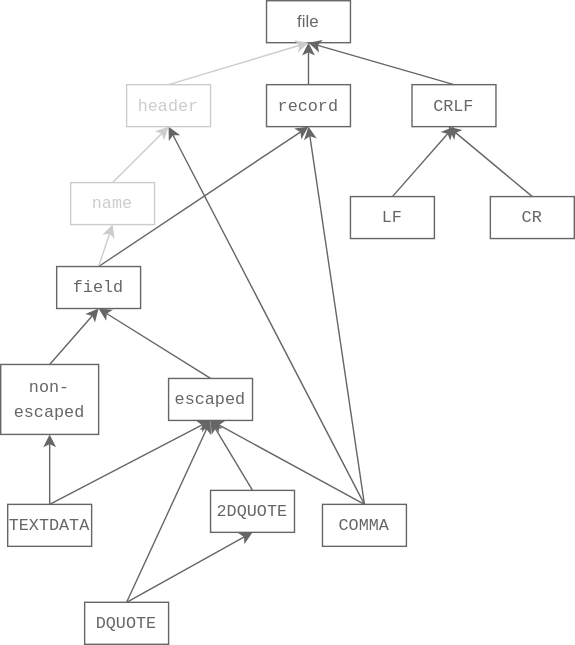
Above: CSVParser/parsers-overview.drawio.svg in leanprover-community/lean4-samples (draw.io), before the change. Source tidied: cells renumbered, new cells last; positions are measured from the earlier drawing's top-left corner, leaving out a move shared by most shapes.
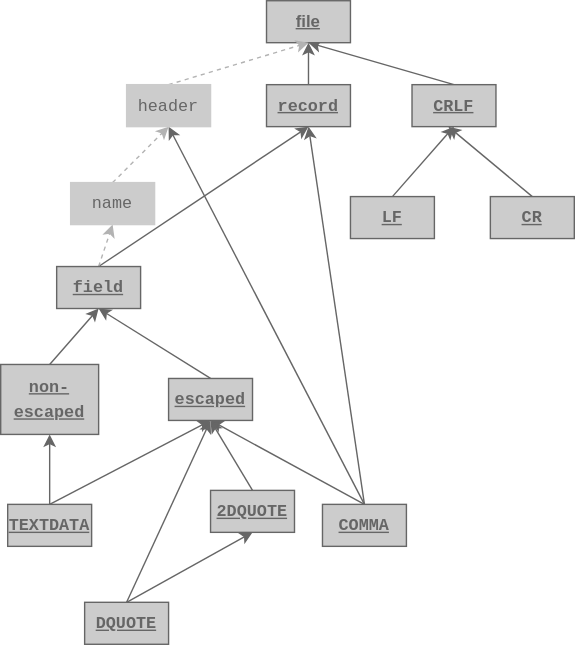
Later version of the same file.

Commit message:
fix: use color to emphasize

Change to the diagram source:
```diff
@@ -7,7 +7,7 @@
         <mxPoint x="220" y="30" as="targetPoint" />
       </mxGeometry>
     </mxCell>
-    <mxCell id="3" value="&lt;div style=&quot;font-family: menlo, monaco, &amp;quot;courier new&amp;quot;, monospace; line-height: 18px;&quot;&gt;&lt;div style=&quot;font-family: &amp;quot;menlo&amp;quot; , &amp;quot;monaco&amp;quot; , &amp;quot;courier new&amp;quot; , monospace ; line-height: 18px&quot;&gt;CRLF&lt;/div&gt;&lt;/div&gt;" style="rounded=0;whiteSpace=wrap;html=1;fontColor=#666666;strokeColor=#666666;fillColor=none;labelBackgroundColor=none;" parent="1" vertex="1">
+    <mxCell id="3" value="&lt;div style=&quot;font-family: menlo, monaco, &amp;quot;courier new&amp;quot;, monospace; line-height: 18px;&quot;&gt;&lt;div style=&quot;font-family: &amp;quot;menlo&amp;quot; , &amp;quot;monaco&amp;quot; , &amp;quot;courier new&amp;quot; , monospace ; line-height: 18px&quot;&gt;CRLF&lt;/div&gt;&lt;/div&gt;" style="rounded=0;whiteSpace=wrap;html=1;fontColor=#666666;strokeColor=#666666;fillColor=#CCCCCC;labelBackgroundColor=none;fontStyle=5;" parent="1" vertex="1">
       <mxGeometry x="294" y="60" width="60" height="30" as="geometry" />
     </mxCell>
     <mxCell id="4" style="edgeStyle=none;html=1;exitX=0.5;exitY=0;exitDx=0;exitDy=0;entryX=0.5;entryY=1;entryDx=0;entryDy=0;strokeColor=#666666;labelBackgroundColor=none;" parent="1" edge="1" source="7" target="18">
@@ -19,55 +19,55 @@
     <mxCell id="6" style="edgeStyle=none;html=1;exitX=0.5;exitY=0;exitDx=0;exitDy=0;entryX=0.5;entryY=1;entryDx=0;entryDy=0;fontColor=#666666;strokeColor=#666666;labelBackgroundColor=none;" parent="1" edge="1" source="7" target="11">
       <mxGeometry relative="1" as="geometry" />
     </mxCell>
-    <mxCell id="7" value="&lt;div style=&quot;font-family: menlo, monaco, &amp;quot;courier new&amp;quot;, monospace; line-height: 18px;&quot;&gt;COMMA&lt;/div&gt;" style="rounded=0;whiteSpace=wrap;html=1;fontColor=#666666;strokeColor=#666666;fillColor=none;labelBackgroundColor=none;" parent="1" vertex="1">
+    <mxCell id="7" value="&lt;div style=&quot;font-family: menlo, monaco, &amp;quot;courier new&amp;quot;, monospace; line-height: 18px;&quot;&gt;COMMA&lt;/div&gt;" style="rounded=0;whiteSpace=wrap;html=1;fontColor=#666666;strokeColor=#666666;fillColor=#CCCCCC;labelBackgroundColor=none;fontStyle=5;" parent="1" vertex="1">
       <mxGeometry x="230" y="360" width="60" height="30" as="geometry" />
     </mxCell>
     <mxCell id="8" style="edgeStyle=none;html=1;exitX=0.5;exitY=0;exitDx=0;exitDy=0;entryX=0.5;entryY=1;entryDx=0;entryDy=0;fontColor=#666666;strokeColor=#666666;labelBackgroundColor=none;" parent="1" edge="1" source="9" target="14">
       <mxGeometry relative="1" as="geometry" />
     </mxCell>
-    <mxCell id="9" value="&lt;div style=&quot;font-family: menlo, monaco, &amp;quot;courier new&amp;quot;, monospace; line-height: 18px;&quot;&gt;non-escaped&lt;/div&gt;" style="rounded=0;whiteSpace=wrap;html=1;fontColor=#666666;strokeColor=#666666;fillColor=none;labelBackgroundColor=none;" parent="1" vertex="1">
+    <mxCell id="9" value="&lt;div style=&quot;font-family: menlo, monaco, &amp;quot;courier new&amp;quot;, monospace; line-height: 18px;&quot;&gt;non-escaped&lt;/div&gt;" style="rounded=0;whiteSpace=wrap;html=1;fontColor=#666666;strokeColor=#666666;fillColor=#CCCCCC;labelBackgroundColor=none;fontStyle=5;" parent="1" vertex="1">
       <mxGeometry y="260" width="70" height="50" as="geometry" />
     </mxCell>
     <mxCell id="10" style="edgeStyle=none;html=1;exitX=0.5;exitY=0;exitDx=0;exitDy=0;entryX=0.5;entryY=1;entryDx=0;entryDy=0;fontColor=#666666;strokeColor=#666666;labelBackgroundColor=none;" parent="1" edge="1" source="11" target="14">
       <mxGeometry relative="1" as="geometry" />
     </mxCell>
-    <mxCell id="11" value="&lt;div style=&quot;font-family: menlo, monaco, &amp;quot;courier new&amp;quot;, monospace; line-height: 18px;&quot;&gt;escaped&lt;/div&gt;" style="rounded=0;whiteSpace=wrap;html=1;fontColor=#666666;strokeColor=#666666;fillColor=none;labelBackgroundColor=none;" parent="1" vertex="1">
+    <mxCell id="11" value="&lt;div style=&quot;font-family: menlo, monaco, &amp;quot;courier new&amp;quot;, monospace; line-height: 18px;&quot;&gt;escaped&lt;/div&gt;" style="rounded=0;whiteSpace=wrap;html=1;fontColor=#666666;strokeColor=#666666;fillColor=#CCCCCC;labelBackgroundColor=none;fontStyle=5;" parent="1" vertex="1">
       <mxGeometry x="120" y="270" width="60" height="30" as="geometry" />
     </mxCell>
     <mxCell id="12" style="edgeStyle=none;html=1;exitX=0.5;exitY=0;exitDx=0;exitDy=0;entryX=0.5;entryY=1;entryDx=0;entryDy=0;fontColor=#666666;strokeColor=#666666;labelBackgroundColor=none;" parent="1" edge="1" source="14" target="18">
       <mxGeometry relative="1" as="geometry" />
     </mxCell>
-    <mxCell id="13" style="edgeStyle=none;html=1;exitX=0.5;exitY=0;exitDx=0;exitDy=0;entryX=0.5;entryY=1;entryDx=0;entryDy=0;strokeColor=#CCCCCC;labelBackgroundColor=none;" parent="1" edge="1" source="14" target="16">
+    <mxCell id="13" style="edgeStyle=none;html=1;exitX=0.5;exitY=0;exitDx=0;exitDy=0;entryX=0.5;entryY=1;entryDx=0;entryDy=0;strokeColor=#B3B3B3;labelBackgroundColor=none;dashed=1;" parent="1" edge="1" source="14" target="16">
       <mxGeometry relative="1" as="geometry" />
     </mxCell>
-    <mxCell id="14" value="&lt;div style=&quot;font-family: menlo, monaco, &amp;quot;courier new&amp;quot;, monospace; line-height: 18px;&quot;&gt;field&lt;/div&gt;" style="rounded=0;whiteSpace=wrap;html=1;fontColor=#666666;strokeColor=#666666;fillColor=none;labelBackgroundColor=none;" parent="1" vertex="1">
+    <mxCell id="14" value="&lt;div style=&quot;font-family: menlo, monaco, &amp;quot;courier new&amp;quot;, monospace; line-height: 18px;&quot;&gt;field&lt;/div&gt;" style="rounded=0;whiteSpace=wrap;html=1;fontColor=#666666;strokeColor=#666666;fillColor=#CCCCCC;labelBackgroundColor=none;fontStyle=5;" parent="1" vertex="1">
       <mxGeometry x="40" y="190" width="60" height="30" as="geometry" />
     </mxCell>
-    <mxCell id="15" style="edgeStyle=none;html=1;exitX=0.5;exitY=0;exitDx=0;exitDy=0;entryX=0.5;entryY=1;entryDx=0;entryDy=0;strokeColor=#CCCCCC;labelBackgroundColor=none;" parent="1" edge="1" source="16" target="21">
+    <mxCell id="15" style="edgeStyle=none;html=1;exitX=0.5;exitY=0;exitDx=0;exitDy=0;entryX=0.5;entryY=1;entryDx=0;entryDy=0;strokeColor=#B3B3B3;labelBackgroundColor=none;dashed=1;" parent="1" edge="1" source="16" target="21">
       <mxGeometry relative="1" as="geometry" />
     </mxCell>
-    <mxCell id="16" value="&lt;div style=&quot;font-family: menlo, monaco, &amp;quot;courier new&amp;quot;, monospace; line-height: 18px;&quot;&gt;name&lt;/div&gt;" style="rounded=0;whiteSpace=wrap;html=1;fontColor=#CCCCCC;strokeColor=#CCCCCC;fillColor=none;labelBackgroundColor=none;" parent="1" vertex="1">
+    <mxCell id="16" value="&lt;div style=&quot;font-family: menlo, monaco, &amp;quot;courier new&amp;quot;, monospace; line-height: 18px;&quot;&gt;name&lt;/div&gt;" style="rounded=0;whiteSpace=wrap;html=1;fontColor=#666666;strokeColor=#CCCCCC;fillColor=#CCCCCC;labelBackgroundColor=none;fontStyle=0;" parent="1" vertex="1">
       <mxGeometry x="50" y="130" width="60" height="30" as="geometry" />
     </mxCell>
     <mxCell id="17" style="edgeStyle=none;html=1;exitX=0.5;exitY=0;exitDx=0;exitDy=0;entryX=0.5;entryY=1;entryDx=0;entryDy=0;strokeColor=#666666;labelBackgroundColor=none;" parent="1" edge="1" source="18" target="19">
       <mxGeometry relative="1" as="geometry" />
     </mxCell>
-    <mxCell id="18" value="&lt;div style=&quot;font-family: menlo, monaco, &amp;quot;courier new&amp;quot;, monospace; line-height: 18px;&quot;&gt;record&lt;/div&gt;" style="rounded=0;whiteSpace=wrap;html=1;fontColor=#666666;strokeColor=#666666;fillColor=none;labelBackgroundColor=none;" parent="1" vertex="1">
+    <mxCell id="18" value="&lt;div style=&quot;font-family: menlo, monaco, &amp;quot;courier new&amp;quot;, monospace; line-height: 18px;&quot;&gt;record&lt;/div&gt;" style="rounded=0;whiteSpace=wrap;html=1;fontColor=#666666;strokeColor=#666666;fillColor=#CCCCCC;labelBackgroundColor=none;fontStyle=5;" parent="1" vertex="1">
       <mxGeometry x="190" y="60" width="60" height="30" as="geometry" />
     </mxCell>
-    <mxCell id="19" value="file" style="rounded=0;whiteSpace=wrap;html=1;fontColor=#666666;strokeColor=#666666;fillColor=none;labelBackgroundColor=none;" parent="1" vertex="1">
+    <mxCell id="19" value="file" style="rounded=0;whiteSpace=wrap;html=1;fontColor=#666666;strokeColor=#666666;fillColor=#CCCCCC;labelBackgroundColor=none;fontStyle=5;" parent="1" vertex="1">
       <mxGeometry x="190" width="60" height="30" as="geometry" />
     </mxCell>
-    <mxCell id="20" style="edgeStyle=none;html=1;exitX=0.5;exitY=0;exitDx=0;exitDy=0;entryX=0.5;entryY=1;entryDx=0;entryDy=0;strokeColor=#CCCCCC;labelBackgroundColor=none;" parent="1" edge="1" source="21" target="19">
+    <mxCell id="20" style="edgeStyle=none;html=1;exitX=0.5;exitY=0;exitDx=0;exitDy=0;entryX=0.5;entryY=1;entryDx=0;entryDy=0;strokeColor=#B3B3B3;labelBackgroundColor=none;dashed=1;" parent="1" edge="1" source="21" target="19">
       <mxGeometry relative="1" as="geometry" />
     </mxCell>
-    <mxCell id="21" value="&lt;div style=&quot;font-family: menlo, monaco, &amp;quot;courier new&amp;quot;, monospace; line-height: 18px;&quot;&gt;header&lt;/div&gt;" style="rounded=0;whiteSpace=wrap;html=1;fontColor=#CCCCCC;strokeColor=#CCCCCC;fillColor=none;labelBackgroundColor=none;" parent="1" vertex="1">
+    <mxCell id="21" value="&lt;div style=&quot;font-family: menlo, monaco, &amp;quot;courier new&amp;quot;, monospace; line-height: 18px;&quot;&gt;header&lt;/div&gt;" style="rounded=0;whiteSpace=wrap;html=1;fontColor=#666666;strokeColor=#CCCCCC;fillColor=#CCCCCC;labelBackgroundColor=none;fontStyle=0;" parent="1" vertex="1">
       <mxGeometry x="90" y="60" width="60" height="30" as="geometry" />
     </mxCell>
     <mxCell id="22" style="edgeStyle=none;html=1;exitX=0.5;exitY=0;exitDx=0;exitDy=0;entryX=0.5;entryY=1;entryDx=0;entryDy=0;fontColor=#666666;strokeColor=#666666;labelBackgroundColor=none;" parent="1" edge="1" source="23" target="3">
       <mxGeometry relative="1" as="geometry" />
     </mxCell>
-    <mxCell id="23" value="&lt;div style=&quot;font-family: menlo, monaco, &amp;quot;courier new&amp;quot;, monospace; line-height: 18px;&quot;&gt;&lt;div style=&quot;font-family: &amp;quot;menlo&amp;quot; , &amp;quot;monaco&amp;quot; , &amp;quot;courier new&amp;quot; , monospace ; line-height: 18px&quot;&gt;LF&lt;/div&gt;&lt;/div&gt;" style="rounded=0;whiteSpace=wrap;html=1;fontColor=#666666;strokeColor=#666666;fillColor=none;labelBackgroundColor=none;" parent="1" vertex="1">
+    <mxCell id="23" value="&lt;div style=&quot;font-family: menlo, monaco, &amp;quot;courier new&amp;quot;, monospace; line-height: 18px;&quot;&gt;&lt;div style=&quot;font-family: &amp;quot;menlo&amp;quot; , &amp;quot;monaco&amp;quot; , &amp;quot;courier new&amp;quot; , monospace ; line-height: 18px&quot;&gt;LF&lt;/div&gt;&lt;/div&gt;" style="rounded=0;whiteSpace=wrap;html=1;fontColor=#666666;strokeColor=#666666;fillColor=#CCCCCC;labelBackgroundColor=none;fontStyle=5;" parent="1" vertex="1">
       <mxGeometry x="250" y="140" width="60" height="30" as="geometry" />
     </mxCell>
     <mxCell id="24" style="edgeStyle=none;html=1;exitX=0.5;exitY=0;exitDx=0;exitDy=0;entryX=0.5;entryY=1;entryDx=0;entryDy=0;fontColor=#666666;strokeColor=#666666;labelBackgroundColor=none;" parent="1" edge="1" source="26" target="11">
@@ -76,7 +76,7 @@
     <mxCell id="25" style="edgeStyle=none;html=1;exitX=0.5;exitY=0;exitDx=0;exitDy=0;entryX=0.5;entryY=1;entryDx=0;entryDy=0;fontColor=#666666;strokeColor=#666666;labelBackgroundColor=none;" parent="1" edge="1" source="26" target="33">
       <mxGeometry relative="1" as="geometry" />
     </mxCell>
-    <mxCell id="26" value="&lt;div style=&quot;font-family: menlo, monaco, &amp;quot;courier new&amp;quot;, monospace; line-height: 18px;&quot;&gt;&lt;div style=&quot;font-family: &amp;quot;menlo&amp;quot; , &amp;quot;monaco&amp;quot; , &amp;quot;courier new&amp;quot; , monospace ; line-height: 18px&quot;&gt;DQUOTE&lt;/div&gt;&lt;/div&gt;" style="rounded=0;whiteSpace=wrap;html=1;fontColor=#666666;strokeColor=#666666;fillColor=none;labelBackgroundColor=none;" parent="1" vertex="1">
+    <mxCell id="26" value="&lt;div style=&quot;font-family: menlo, monaco, &amp;quot;courier new&amp;quot;, monospace; line-height: 18px;&quot;&gt;&lt;div style=&quot;font-family: &amp;quot;menlo&amp;quot; , &amp;quot;monaco&amp;quot; , &amp;quot;courier new&amp;quot; , monospace ; line-height: 18px&quot;&gt;DQUOTE&lt;/div&gt;&lt;/div&gt;" style="rounded=0;whiteSpace=wrap;html=1;fontColor=#666666;strokeColor=#666666;fillColor=#CCCCCC;labelBackgroundColor=none;fontStyle=5;" parent="1" vertex="1">
       <mxGeometry x="60" y="430" width="60" height="30" as="geometry" />
     </mxCell>
     <mxCell id="27" style="edgeStyle=none;html=1;exitX=0.5;exitY=0;exitDx=0;exitDy=0;entryX=0.5;entryY=1;entryDx=0;entryDy=0;fontColor=#666666;strokeColor=#666666;labelBackgroundColor=none;" parent="1" edge="1" source="29" target="11">
@@ -85,7 +85,7 @@
     <mxCell id="28" style="edgeStyle=none;html=1;exitX=0.5;exitY=0;exitDx=0;exitDy=0;entryX=0.5;entryY=1;entryDx=0;entryDy=0;fontColor=#666666;strokeColor=#666666;labelBackgroundColor=none;" parent="1" edge="1" source="29" target="9">
       <mxGeometry relative="1" as="geometry" />
     </mxCell>
-    <mxCell id="29" value="&lt;div style=&quot;font-family: menlo, monaco, &amp;quot;courier new&amp;quot;, monospace; line-height: 18px;&quot;&gt;&lt;div style=&quot;font-family: &amp;quot;menlo&amp;quot; , &amp;quot;monaco&amp;quot; , &amp;quot;courier new&amp;quot; , monospace ; line-height: 18px&quot;&gt;&lt;div style=&quot;font-family: &amp;quot;menlo&amp;quot; , &amp;quot;monaco&amp;quot; , &amp;quot;courier new&amp;quot; , monospace ; line-height: 18px&quot;&gt;TEXTDATA&lt;/div&gt;&lt;/div&gt;&lt;/div&gt;" style="rounded=0;whiteSpace=wrap;html=1;fontColor=#666666;strokeColor=#666666;fillColor=none;labelBackgroundColor=none;" parent="1" vertex="1">
+    <mxCell id="29" value="&lt;div style=&quot;font-family: menlo, monaco, &amp;quot;courier new&amp;quot;, monospace; line-height: 18px;&quot;&gt;&lt;div style=&quot;font-family: &amp;quot;menlo&amp;quot; , &amp;quot;monaco&amp;quot; , &amp;quot;courier new&amp;quot; , monospace ; line-height: 18px&quot;&gt;&lt;div style=&quot;font-family: &amp;quot;menlo&amp;quot; , &amp;quot;monaco&amp;quot; , &amp;quot;courier new&amp;quot; , monospace ; line-height: 18px&quot;&gt;TEXTDATA&lt;/div&gt;&lt;/div&gt;&lt;/div&gt;" style="rounded=0;whiteSpace=wrap;html=1;fontColor=#666666;strokeColor=#666666;fillColor=#CCCCCC;labelBackgroundColor=none;fontStyle=5;" parent="1" vertex="1">
       <mxGeometry x="5" y="360" width="60" height="30" as="geometry" />
     </mxCell>
     <mxCell id="30" style="edgeStyle=none;html=1;exitX=0.5;exitY=0;exitDx=0;exitDy=0;fontColor=#666666;strokeColor=#666666;labelBackgroundColor=none;" parent="1" edge="1" source="31">
@@ -93,13 +93,13 @@
         <mxPoint x="320" y="90" as="targetPoint" />
       </mxGeometry>
     </mxCell>
-    <mxCell id="31" value="&lt;div style=&quot;font-family: menlo, monaco, &amp;quot;courier new&amp;quot;, monospace; line-height: 18px;&quot;&gt;&lt;div style=&quot;font-family: &amp;quot;menlo&amp;quot; , &amp;quot;monaco&amp;quot; , &amp;quot;courier new&amp;quot; , monospace ; line-height: 18px&quot;&gt;CR&lt;/div&gt;&lt;/div&gt;" style="rounded=0;whiteSpace=wrap;html=1;fontColor=#666666;strokeColor=#666666;fillColor=none;labelBackgroundColor=none;" parent="1" vertex="1">
+    <mxCell id="31" value="&lt;div style=&quot;font-family: menlo, monaco, &amp;quot;courier new&amp;quot;, monospace; line-height: 18px;&quot;&gt;&lt;div style=&quot;font-family: &amp;quot;menlo&amp;quot; , &amp;quot;monaco&amp;quot; , &amp;quot;courier new&amp;quot; , monospace ; line-height: 18px&quot;&gt;CR&lt;/div&gt;&lt;/div&gt;" style="rounded=0;whiteSpace=wrap;html=1;fontColor=#666666;strokeColor=#666666;fillColor=#CCCCCC;labelBackgroundColor=none;fontStyle=5;" parent="1" vertex="1">
       <mxGeometry x="350" y="140" width="60" height="30" as="geometry" />
     </mxCell>
     <mxCell id="32" style="edgeStyle=none;html=1;exitX=0.5;exitY=0;exitDx=0;exitDy=0;entryX=0.5;entryY=1;entryDx=0;entryDy=0;fontColor=#666666;strokeColor=#666666;labelBackgroundColor=none;" parent="1" edge="1" source="33" target="11">
       <mxGeometry relative="1" as="geometry" />
     </mxCell>
-    <mxCell id="33" value="&lt;div style=&quot;font-family: menlo, monaco, &amp;quot;courier new&amp;quot;, monospace; line-height: 18px;&quot;&gt;&lt;div style=&quot;font-family: &amp;quot;menlo&amp;quot; , &amp;quot;monaco&amp;quot; , &amp;quot;courier new&amp;quot; , monospace ; line-height: 18px&quot;&gt;2DQUOTE&lt;/div&gt;&lt;/div&gt;" style="rounded=0;whiteSpace=wrap;html=1;fontColor=#666666;strokeColor=#666666;fillColor=none;labelBackgroundColor=none;" parent="1" vertex="1">
+    <mxCell id="33" value="&lt;div style=&quot;font-family: menlo, monaco, &amp;quot;courier new&amp;quot;, monospace; line-height: 18px;&quot;&gt;&lt;div style=&quot;font-family: &amp;quot;menlo&amp;quot; , &amp;quot;monaco&amp;quot; , &amp;quot;courier new&amp;quot; , monospace ; line-height: 18px&quot;&gt;2DQUOTE&lt;/div&gt;&lt;/div&gt;" style="rounded=0;whiteSpace=wrap;html=1;fontColor=#666666;strokeColor=#666666;fillColor=#CCCCCC;labelBackgroundColor=none;fontStyle=5;" parent="1" vertex="1">
       <mxGeometry x="150" y="350" width="60" height="30" as="geometry" />
     </mxCell>
   </root>
```
